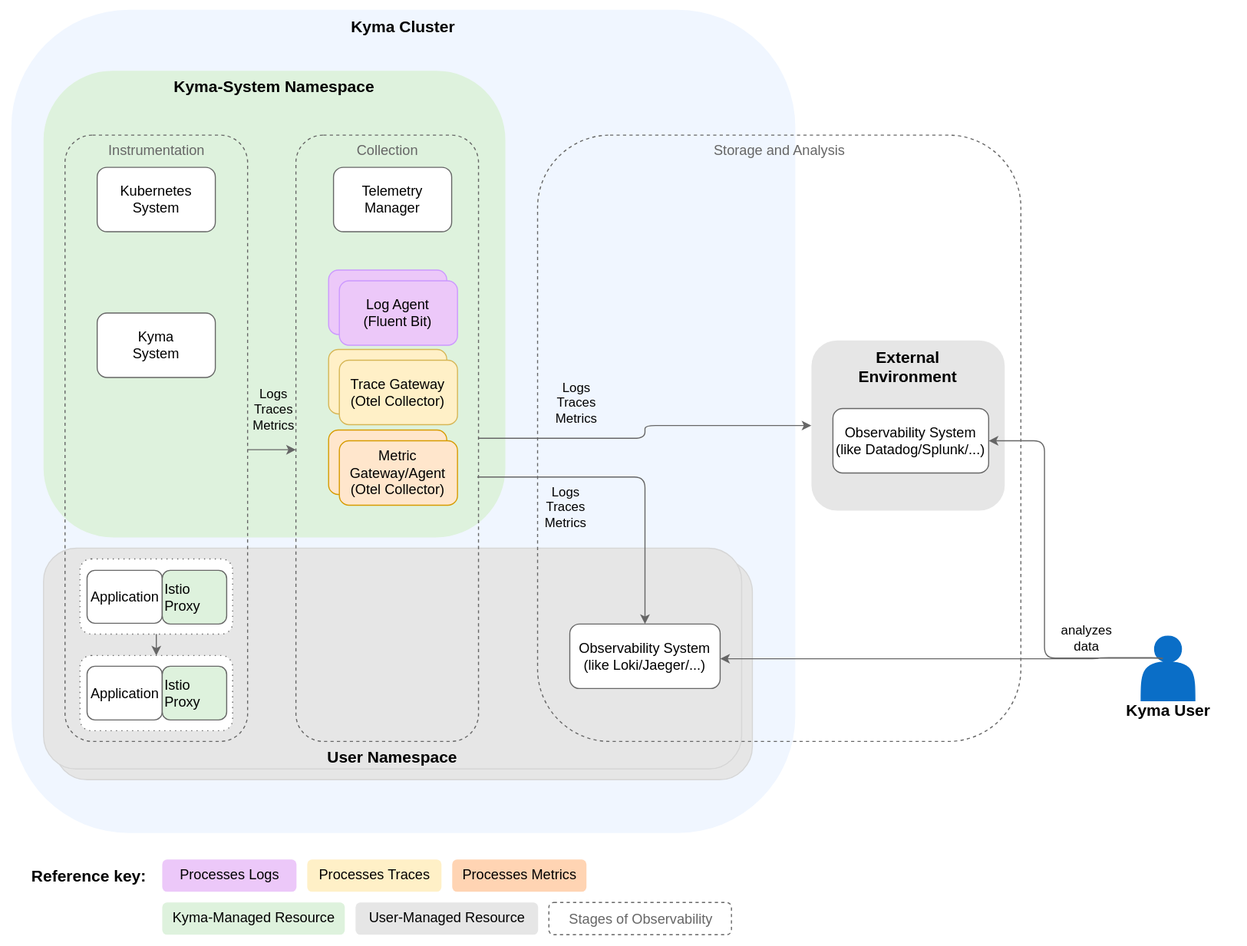
Earlier version of the draw.io export docs/user/assets/telemetry-arch.drawio.svg (kyma-project/telemetry-manager). Source tidied: cells renumbered, new cells last; positions are measured from the earlier drawing's top-left corner, leaving out a move shared by most shapes.
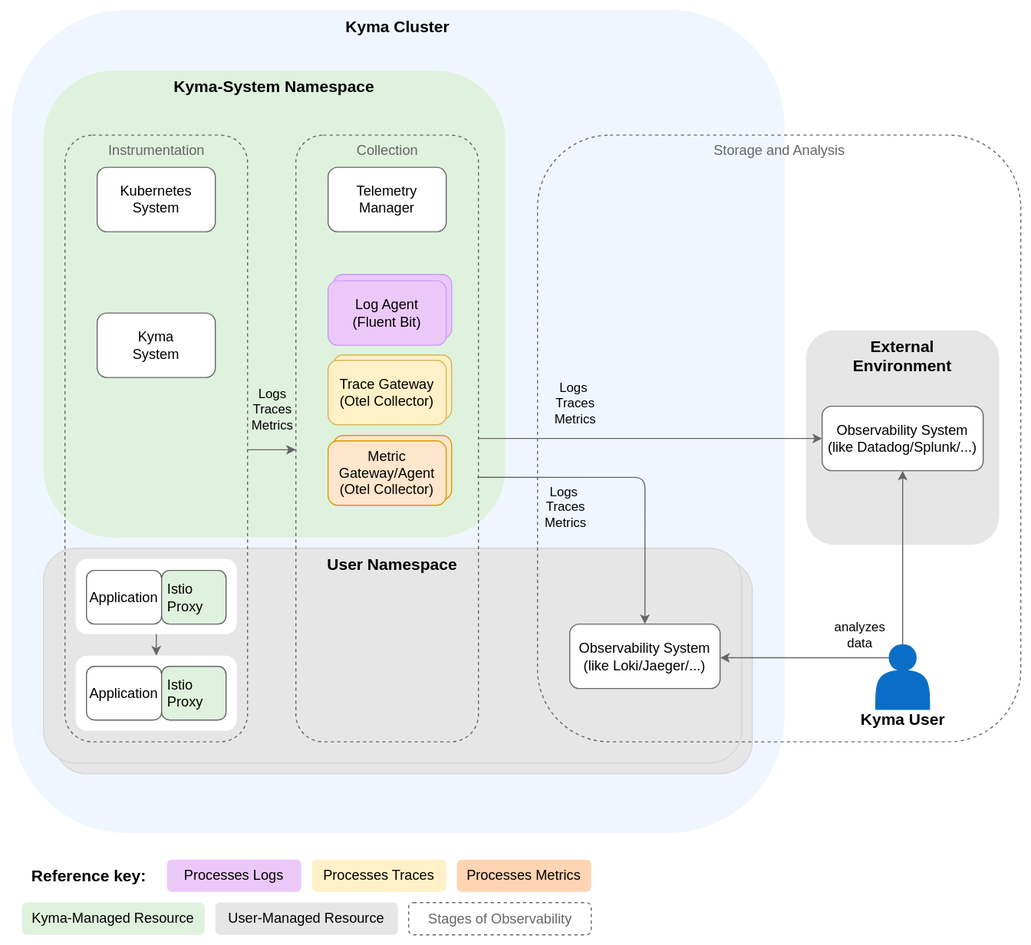
After the commit.

Diff of the diagram source:
```diff
@@ -3,27 +3,27 @@
     <mxCell id="0" />
     <mxCell id="1" parent="0" />
     <mxCell id="2" style="rounded=0;whiteSpace=wrap;html=1;fillColor=#FFFFFF;strokeColor=none;" parent="1" vertex="1">
-      <mxGeometry width="1160" height="880" as="geometry" />
+      <mxGeometry width="960" height="880" as="geometry" />
     </mxCell>
     <mxCell id="3" value="&lt;b style=&quot;color: rgb(0, 0, 0); font-size: 15px;&quot;&gt;&lt;font style=&quot;font-size: 15px;&quot;&gt;Kyma Cluster&lt;br style=&quot;font-size: 15px;&quot;&gt;&lt;/font&gt;&lt;/b&gt;" style="rounded=1;whiteSpace=wrap;html=1;fillColor=#F0F6FF;strokeColor=none;fontColor=#333333;verticalAlign=top;fontSize=15;" parent="1" vertex="1">
-      <mxGeometry x="10" y="8.6" width="730" height="766.8" as="geometry" />
+      <mxGeometry x="10" y="8.6" width="720" height="766.8" as="geometry" />
     </mxCell>
     <mxCell id="4" value="&lt;b style=&quot;color: rgb(0, 0, 0); font-size: 15px;&quot;&gt;Kyma-System Namespace&lt;br style=&quot;font-size: 15px;&quot;&gt;&lt;/b&gt;" style="rounded=1;whiteSpace=wrap;html=1;dashed=1;fillColor=#DEF2DD;strokeColor=none;verticalAlign=top;fontSize=15;" parent="1" vertex="1">
       <mxGeometry x="40" y="65.3" width="430" height="434.7" as="geometry" />
     </mxCell>
     <mxCell id="5" style="rounded=1;whiteSpace=wrap;html=1;fillColor=#E6E6E6;strokeColor=#d6d6d6;" parent="1" vertex="1">
-      <mxGeometry x="50" y="520" width="650" height="205.7" as="geometry" />
+      <mxGeometry x="50" y="520" width="650" height="200" as="geometry" />
     </mxCell>
-    <mxCell id="6" value="&lt;b style=&quot;color: rgb(0, 0, 0); font-size: 15px;&quot;&gt;User Namespace&lt;br style=&quot;font-size: 15px;&quot;&gt;&lt;/b&gt;" style="rounded=1;whiteSpace=wrap;html=1;fillColor=#E6E6E6;strokeColor=#D6D6D6;verticalAlign=bottom;fontSize=15;" parent="1" vertex="1">
-      <mxGeometry x="40" y="510" width="650" height="205.7" as="geometry" />
+    <mxCell id="6" value="&lt;b style=&quot;color: rgb(0, 0, 0); font-size: 15px;&quot;&gt;User Namespace&lt;br style=&quot;font-size: 15px;&quot;&gt;&lt;/b&gt;" style="rounded=1;whiteSpace=wrap;html=1;fillColor=#E6E6E6;strokeColor=#D6D6D6;verticalAlign=top;fontSize=15;" parent="1" vertex="1">
+      <mxGeometry x="40" y="510" width="650" height="200" as="geometry" />
     </mxCell>
     <mxCell id="7" value="&lt;font color=&quot;#666666&quot; style=&quot;font-size: 13px;&quot;&gt;Storage and Analysis&lt;br style=&quot;font-size: 13px;&quot;&gt;&lt;/font&gt;" style="html=1;fillColor=none;strokeColor=#666666;rounded=1;dashed=1;verticalAlign=top;fontSize=13;" parent="1" vertex="1">
-      <mxGeometry x="500" y="125.3" width="450" height="564.7" as="geometry" />
+      <mxGeometry x="500" y="125.3" width="450" height="565" as="geometry" />
     </mxCell>
     <mxCell id="8" value="&lt;b style=&quot;color: rgb(0, 0, 0);&quot;&gt;&lt;font style=&quot;font-size: 15px;&quot;&gt;External&lt;br&gt;Environment&lt;br&gt;&lt;/font&gt;&lt;/b&gt;" style="rounded=1;whiteSpace=wrap;html=1;fillColor=#e6e6e6;strokeColor=none;fontColor=#333333;verticalAlign=top;" parent="1" vertex="1">
-      <mxGeometry x="755" y="316.6" width="180" height="158.4" as="geometry" />
+      <mxGeometry x="750" y="307" width="180" height="200" as="geometry" />
     </mxCell>
-    <mxCell id="9" style="edgeStyle=orthogonalEdgeStyle;rounded=1;jettySize=auto;html=1;entryX=0;entryY=0.5;entryDx=0;entryDy=0;strokeColor=#666666;" parent="1" edge="1" source="20" target="8">
+    <mxCell id="9" style="edgeStyle=orthogonalEdgeStyle;rounded=1;jettySize=auto;html=1;entryX=0;entryY=0.5;entryDx=0;entryDy=0;strokeColor=#666666;exitX=1;exitY=0.5;exitDx=0;exitDy=0;" parent="1" edge="1" source="20" target="13">
       <mxGeometry relative="1" as="geometry" />
     </mxCell>
     <mxCell id="10" value="Logs&amp;nbsp;&lt;br style=&quot;font-size: 12px;&quot;&gt;Traces&lt;br style=&quot;font-size: 12px;&quot;&gt;Metrics" style="edgeLabel;html=1;align=center;verticalAlign=middle;labelBackgroundColor=none;fontSize=12;" parent="9" vertex="1">
@@ -40,7 +40,7 @@
       </mxGeometry>
     </mxCell>
     <mxCell id="13" value="Observability System&lt;br style=&quot;font-size: 13px;&quot;&gt;(like Datadog/Splunk/...)" style="rounded=1;whiteSpace=wrap;html=1;fontColor=#000000;fillColor=#FFFFFF;strokeColor=#666666;fontSize=13;" parent="1" vertex="1">
-      <mxGeometry x="775" y="380" width="145" height="60" as="geometry" />
+      <mxGeometry x="765" y="377.8" width="150" height="60" as="geometry" />
     </mxCell>
     <mxCell id="14" value="Observability System&lt;br style=&quot;font-size: 13px;&quot;&gt;(like Loki/Jaeger/...)" style="rounded=1;whiteSpace=wrap;html=1;fontColor=#000000;fillColor=#FFFFFF;strokeColor=#666666;fontSize=13;" parent="1" vertex="1">
       <mxGeometry x="530" y="580.7" width="140" height="60" as="geometry" />
@@ -57,7 +57,7 @@
       </mxGeometry>
     </mxCell>
     <mxCell id="17" value="&lt;font color=&quot;#666666&quot; style=&quot;font-size: 13px;&quot;&gt;Instrumentation&lt;br style=&quot;font-size: 13px;&quot;&gt;&lt;/font&gt;" style="html=1;fillColor=none;strokeColor=#666666;rounded=1;dashed=1;verticalAlign=top;fontSize=13;" parent="1" vertex="1">
-      <mxGeometry x="60" y="125.3" width="170" height="564.7" as="geometry" />
+      <mxGeometry x="60" y="125.3" width="170" height="565" as="geometry" />
     </mxCell>
     <mxCell id="18" value="Kubernetes&lt;br style=&quot;font-size: 13px;&quot;&gt;System" style="rounded=1;whiteSpace=wrap;html=1;fillColor=#FFFFFF;strokeColor=#666666;fontColor=#000000;fontSize=13;" parent="1" vertex="1">
       <mxGeometry x="90" y="155.3" width="110" height="60" as="geometry" />
@@ -66,40 +66,40 @@
       <mxGeometry x="90" y="291" width="110" height="60" as="geometry" />
     </mxCell>
     <mxCell id="20" value="&lt;font color=&quot;#666666&quot; style=&quot;font-size: 13px;&quot;&gt;Collection&lt;br style=&quot;font-size: 13px;&quot;&gt;&lt;/font&gt;" style="html=1;fillColor=none;strokeColor=#666666;rounded=1;dashed=1;verticalAlign=top;fontSize=13;" parent="1" vertex="1">
-      <mxGeometry x="275" y="125.3" width="170" height="564.7" as="geometry" />
+      <mxGeometry x="275" y="125.3" width="170" height="565" as="geometry" />
     </mxCell>
     <mxCell id="21" value="Telemetry&lt;br style=&quot;font-size: 13px;&quot;&gt;Manager" style="rounded=1;whiteSpace=wrap;html=1;fontColor=#000000;fillColor=#FFFFFF;strokeColor=#666666;fontSize=13;" parent="1" vertex="1">
-      <mxGeometry x="310" y="155.3" width="110" height="60" as="geometry" />
+      <mxGeometry x="305" y="155.3" width="110" height="60" as="geometry" />
     </mxCell>
     <mxCell id="22" value="Log Agent&lt;br&gt;(Fluent Bit)" style="rounded=1;whiteSpace=wrap;html=1;fillColor=#ecc8f9;strokeColor=#CC99FF;fontColor=#000000;" parent="1" vertex="1">
-      <mxGeometry x="305.4" y="251" width="110" height="60" as="geometry" />
+      <mxGeometry x="310" y="255" width="110" height="60" as="geometry" />
     </mxCell>
     <mxCell id="23" value="Trace Gateway&lt;br&gt;(Otel Collector)" style="rounded=1;whiteSpace=wrap;html=1;fillColor=#fff0c7;strokeColor=#D6B656;fontColor=#000000;" parent="1" vertex="1">
-      <mxGeometry x="305.4" y="325" width="110" height="60" as="geometry" />
+      <mxGeometry x="310" y="330" width="110" height="60" as="geometry" />
     </mxCell>
     <mxCell id="24" value="&lt;font style=&quot;font-size: 15px;&quot;&gt;&lt;b&gt;Reference key:&lt;/b&gt;&lt;/font&gt;" style="text;html=1;align=center;verticalAlign=middle;strokeColor=none;fillColor=default;" parent="1" vertex="1">
       <mxGeometry x="17" y="800" width="130" height="30" as="geometry" />
     </mxCell>
     <mxCell id="25" value="&lt;span style=&quot;color: rgb(0, 0, 0); font-family: Helvetica; font-size: 13px; font-style: normal; font-variant-ligatures: normal; font-variant-caps: normal; font-weight: 400; letter-spacing: normal; orphans: 2; text-indent: 0px; text-transform: none; widows: 2; word-spacing: 0px; -webkit-text-stroke-width: 0px; text-decoration-thickness: initial; text-decoration-style: initial; text-decoration-color: initial; float: none; display: inline !important;&quot;&gt;Processes Logs&lt;/span&gt;" style="text;whiteSpace=wrap;html=1;strokeColor=none;rounded=1;fillColor=#ecc8f9;align=center;fontSize=13;" parent="1" vertex="1">
-      <mxGeometry x="150.5" y="800" width="125" height="30" as="geometry" />
+      <mxGeometry x="155" y="800" width="125" height="30" as="geometry" />
     </mxCell>
     <mxCell id="26" value="&lt;span style=&quot;color: rgb(0, 0, 0); font-family: Helvetica; font-size: 13px; font-style: normal; font-variant-ligatures: normal; font-variant-caps: normal; font-weight: 400; letter-spacing: normal; orphans: 2; text-indent: 0px; text-transform: none; widows: 2; word-spacing: 0px; -webkit-text-stroke-width: 0px; text-decoration-thickness: initial; text-decoration-style: initial; text-decoration-color: initial; float: none; display: inline !important;&quot;&gt;Processes Traces&lt;/span&gt;" style="text;whiteSpace=wrap;html=1;strokeColor=none;rounded=1;fillColor=#fff0c7;align=center;fontSize=13;" parent="1" vertex="1">
-      <mxGeometry x="285.5" y="800" width="125" height="30" as="geometry" />
+      <mxGeometry x="290" y="800" width="125" height="30" as="geometry" />
     </mxCell>
     <mxCell id="27" value="&lt;span style=&quot;color: rgb(0, 0, 0); font-family: Helvetica; font-size: 13px; font-style: normal; font-variant-ligatures: normal; font-variant-caps: normal; font-weight: 400; letter-spacing: normal; orphans: 2; text-indent: 0px; text-transform: none; widows: 2; word-spacing: 0px; -webkit-text-stroke-width: 0px; text-decoration-thickness: initial; text-decoration-style: initial; text-decoration-color: initial; float: none; display: inline !important;&quot;&gt;Processes Metrics&lt;/span&gt;" style="text;whiteSpace=wrap;html=1;strokeColor=none;rounded=1;fillColor=#ffd4b3;align=center;fontSize=13;" parent="1" vertex="1">
-      <mxGeometry x="420.5" y="800" width="125" height="30" as="geometry" />
+      <mxGeometry x="425" y="800" width="125" height="30" as="geometry" />
     </mxCell>
     <mxCell id="28" value="&lt;span style=&quot;color: rgb(0, 0, 0); font-family: Helvetica; font-size: 13px; font-style: normal; font-variant-ligatures: normal; font-variant-caps: normal; font-weight: 400; letter-spacing: normal; orphans: 2; text-indent: 0px; text-transform: none; widows: 2; word-spacing: 0px; -webkit-text-stroke-width: 0px; text-decoration-thickness: initial; text-decoration-style: initial; text-decoration-color: initial; float: none; display: inline !important;&quot;&gt;User-Managed Resource&lt;/span&gt;" style="text;whiteSpace=wrap;html=1;strokeColor=none;rounded=1;fillColor=#e6e6e6;align=center;fontSize=13;" parent="1" vertex="1">
-      <mxGeometry x="330.5" y="840" width="170" height="30" as="geometry" />
+      <mxGeometry x="200" y="840" width="170" height="30" as="geometry" />
     </mxCell>
     <mxCell id="29" value="&lt;font color=&quot;#666666&quot; style=&quot;font-size: 13px;&quot;&gt;&lt;font style=&quot;font-size: 13px;&quot;&gt;Stages of Observability&lt;/font&gt;&lt;br style=&quot;font-size: 13px;&quot;&gt;&lt;/font&gt;" style="html=1;fillColor=none;strokeColor=#666666;rounded=1;dashed=1;fontSize=13;" parent="1" vertex="1">
-      <mxGeometry x="510.5" y="840" width="170" height="30" as="geometry" />
+      <mxGeometry x="380" y="840" width="170" height="30" as="geometry" />
     </mxCell>
     <mxCell id="30" value="Metric Gateway/Agent&lt;br&gt;(Otel Collector)" style="rounded=1;whiteSpace=wrap;html=1;fillColor=#ffe6cc;strokeColor=#d79b00;" parent="1" vertex="1">
-      <mxGeometry x="305.4" y="400" width="110" height="60" as="geometry" />
+      <mxGeometry x="310" y="405" width="110" height="60" as="geometry" />
     </mxCell>
     <mxCell id="31" style="group;" parent="1" vertex="1">
-      <mxGeometry x="1042" y="592" width="90" height="79" as="geometry" />
+      <mxGeometry x="795" y="600" width="90" height="79" as="geometry" />
     </mxCell>
     <mxCell id="32" style="shape=actor;whiteSpace=wrap;html=1;fillColor=#0A6EC7;strokeColor=#0A6EC7;" parent="31" vertex="1">
       <mxGeometry x="20" width="50" height="60" as="geometry" />
@@ -107,60 +107,59 @@
     <mxCell id="33" value="&lt;font style=&quot;font-size: 15px&quot;&gt;&lt;b&gt;Kyma User&lt;/b&gt;&lt;/font&gt;" style="text;html=1;align=center;verticalAlign=middle;fontSize=15;" parent="31" vertex="1">
       <mxGeometry y="59" width="90" height="20" as="geometry" />
     </mxCell>
-    <mxCell id="34" style="rounded=1;jettySize=auto;html=1;strokeColor=#666666;entryX=1;entryY=0.5;entryDx=0;entryDy=0;exitX=0.407;exitY=0.34;exitDx=0;exitDy=0;exitPerimeter=0;edgeStyle=orthogonalEdgeStyle;" parent="1" edge="1" source="32" target="13">
+    <mxCell id="34" style="rounded=1;jettySize=auto;html=1;strokeColor=#666666;entryX=0.5;entryY=1;entryDx=0;entryDy=0;exitX=0.5;exitY=0;exitDx=0;exitDy=0;edgeStyle=orthogonalEdgeStyle;" parent="1" edge="1" source="32" target="13">
       <mxGeometry relative="1" as="geometry">
         <Array as="points">
-          <mxPoint x="972" y="613" />
-          <mxPoint x="972" y="410" />
+          <mxPoint x="840" y="600" />
+          <mxPoint x="840" y="600" />
         </Array>
       </mxGeometry>
     </mxCell>
-    <mxCell id="35" value="&lt;font style=&quot;font-size: 12px;&quot;&gt;analyzes &lt;br style=&quot;font-size: 12px;&quot;&gt;data&lt;br&gt;&lt;/font&gt;" style="edgeLabel;html=1;align=center;verticalAlign=middle;fontSize=12;" parent="34" vertex="1">
+    <mxCell id="35" value="&lt;font style=&quot;font-size: 12px;&quot;&gt;analyzes &lt;br style=&quot;font-size: 12px;&quot;&gt;data&lt;br&gt;&lt;/font&gt;" style="edgeLabel;html=1;align=center;verticalAlign=middle;fontSize=12;labelBackgroundColor=none;" parent="34" vertex="1">
       <mxGeometry x="-0.05" relative="1" as="geometry">
-        <mxPoint x="38" y="45" as="offset" />
+        <mxPoint x="-40" y="68" as="offset" />
       </mxGeometry>
     </mxCell>
-    <mxCell id="36" style="rounded=1;jettySize=auto;html=1;strokeColor=#666666;exitX=0.381;exitY=0.361;exitDx=0;exitDy=0;exitPerimeter=0;edgeStyle=orthogonalEdgeStyle;" parent="1" edge="1" source="32">
+    <mxCell id="36" style="rounded=1;jettySize=auto;html=1;strokeColor=#666666;exitX=0.25;exitY=0.2;exitDx=0;exitDy=0;exitPerimeter=0;edgeStyle=orthogonalEdgeStyle;" parent="1" edge="1" source="32">
       <mxGeometry relative="1" as="geometry">
         <mxPoint x="670" y="613" as="targetPoint" />
         <Array as="points">
-          <mxPoint x="1081" y="612" />
-          <mxPoint x="1022" y="612" />
+          <mxPoint x="670" y="612" />
         </Array>
       </mxGeometry>
     </mxCell>
     <mxCell id="37" value="Metric Gateway/Agent&lt;br style=&quot;font-size: 13px;&quot;&gt;(Otel Collector)" style="rounded=1;whiteSpace=wrap;html=1;fillColor=#ffe6cc;strokeColor=#d79b00;fontSize=13;" parent="1" vertex="1">
-      <mxGeometry x="315.4" y="410" width="110" height="60" as="geometry" />
+      <mxGeometry x="305" y="410" width="110" height="60" as="geometry" />
     </mxCell>
     <mxCell id="38" value="Trace Gateway&lt;br style=&quot;font-size: 13px;&quot;&gt;(Otel Collector)" style="rounded=1;whiteSpace=wrap;html=1;fillColor=#fff0c7;strokeColor=#D6B656;fontColor=#000000;fontSize=13;" parent="1" vertex="1">
-      <mxGeometry x="315.4" y="335" width="110" height="60" as="geometry" />
+      <mxGeometry x="305" y="335" width="110" height="60" as="geometry" />
     </mxCell>
     <mxCell id="39" value="Log Agent&lt;br style=&quot;font-size: 13px;&quot;&gt;(Fluent Bit)" style="rounded=1;whiteSpace=wrap;html=1;fillColor=#ecc8f9;strokeColor=#CC99FF;fontColor=#000000;fontSize=13;" parent="1" vertex="1">
-      <mxGeometry x="315.4" y="261" width="110" height="60" as="geometry" />
+      <mxGeometry x="305" y="261" width="110" height="60" as="geometry" />
     </mxCell>
-    <mxCell id="40" style="rounded=1;whiteSpace=wrap;html=1;fillColor=#FFFFFF;strokeColor=#666666;fontColor=#000000;dashed=1;dashPattern=1 4;" parent="1" vertex="1">
-      <mxGeometry x="73.9" y="520" width="142.1" height="70" as="geometry" />
+    <mxCell id="40" style="rounded=1;whiteSpace=wrap;html=1;fillColor=#FFFFFF;strokeColor=none;fontColor=#000000;dashed=1;dashPattern=1 4;" parent="1" vertex="1">
+      <mxGeometry x="70" y="520" width="150" height="70" as="geometry" />
     </mxCell>
-    <mxCell id="41" style="rounded=1;whiteSpace=wrap;html=1;fillColor=#FFFFFF;strokeColor=#666666;fontColor=#000000;dashed=1;dashPattern=1 4;" parent="1" vertex="1">
-      <mxGeometry x="73.9" y="610" width="142.1" height="70" as="geometry" />
+    <mxCell id="41" style="rounded=1;whiteSpace=wrap;html=1;fillColor=#FFFFFF;strokeColor=none;fontColor=#000000;dashed=1;dashPattern=1 4;" parent="1" vertex="1">
+      <mxGeometry x="70" y="610" width="150" height="70" as="geometry" />
     </mxCell>
     <mxCell id="42" style="edgeStyle=orthogonalEdgeStyle;rounded=1;jettySize=auto;html=1;entryX=0.5;entryY=0;entryDx=0;entryDy=0;strokeColor=#666666;exitX=0.5;exitY=1;exitDx=0;exitDy=0;" parent="1" edge="1" source="40" target="41">
       <mxGeometry relative="1" as="geometry" />
     </mxCell>
     <mxCell id="43" value="&lt;font style=&quot;font-size: 13px;&quot;&gt;Application&lt;/font&gt;" style="rounded=1;whiteSpace=wrap;html=1;fillColor=#FFFFFF;strokeColor=#666666;fontColor=#000000;fontSize=13;" parent="1" vertex="1">
-      <mxGeometry x="80.5" y="620" width="70" height="50" as="geometry" />
+      <mxGeometry x="80" y="620" width="70" height="50" as="geometry" />
     </mxCell>
     <mxCell id="44" value="&lt;font style=&quot;font-size: 13px;&quot;&gt;Application&lt;/font&gt;" style="rounded=1;whiteSpace=wrap;html=1;fillColor=#FFFFFF;strokeColor=#666666;fontColor=#000000;fontSize=13;" parent="1" vertex="1">
-      <mxGeometry x="80.5" y="530.7" width="70" height="49.3" as="geometry" />
+      <mxGeometry x="80" y="530.7" width="70" height="50" as="geometry" />
     </mxCell>
     <mxCell id="45" value="&lt;font style=&quot;font-size: 13px;&quot;&gt;&amp;nbsp;Istio&lt;br style=&quot;font-size: 13px;&quot;&gt;&amp;nbsp;Proxy&lt;/font&gt;" style="rounded=1;whiteSpace=wrap;html=1;fontSize=13;fillColor=#def2dd;strokeColor=#666666;fontColor=#000000;align=left;" parent="1" vertex="1">
-      <mxGeometry x="150.5" y="530.7" width="60" height="50" as="geometry" />
+      <mxGeometry x="150" y="530.7" width="60" height="50" as="geometry" />
     </mxCell>
     <mxCell id="46" value="&lt;font style=&quot;font-size: 13px;&quot;&gt;&amp;nbsp;Istio&lt;br style=&quot;font-size: 13px;&quot;&gt;&amp;nbsp;Proxy&lt;/font&gt;" style="rounded=1;whiteSpace=wrap;html=1;fontSize=13;fillColor=#def2dd;strokeColor=#666666;fontColor=#000000;align=left;" parent="1" vertex="1">
-      <mxGeometry x="150.5" y="620" width="60" height="50" as="geometry" />
+      <mxGeometry x="150" y="620" width="60" height="50" as="geometry" />
     </mxCell>
     <mxCell id="47" value="&lt;span style=&quot;color: rgb(0, 0, 0); font-family: Helvetica; font-size: 13px; font-style: normal; font-variant-ligatures: normal; font-variant-caps: normal; font-weight: 400; letter-spacing: normal; orphans: 2; text-indent: 0px; text-transform: none; widows: 2; word-spacing: 0px; -webkit-text-stroke-width: 0px; text-decoration-thickness: initial; text-decoration-style: initial; text-decoration-color: initial; float: none; display: inline !important;&quot;&gt;Kyma-Managed Resource&lt;/span&gt;" style="text;whiteSpace=wrap;html=1;strokeColor=none;rounded=1;fillColor=#def2dd;align=center;" parent="1" vertex="1">
-      <mxGeometry x="150.5" y="840" width="170" height="30" as="geometry" />
+      <mxGeometry x="20" y="840" width="170" height="30" as="geometry" />
     </mxCell>
   </root>
 </mxGraphModel>
```
